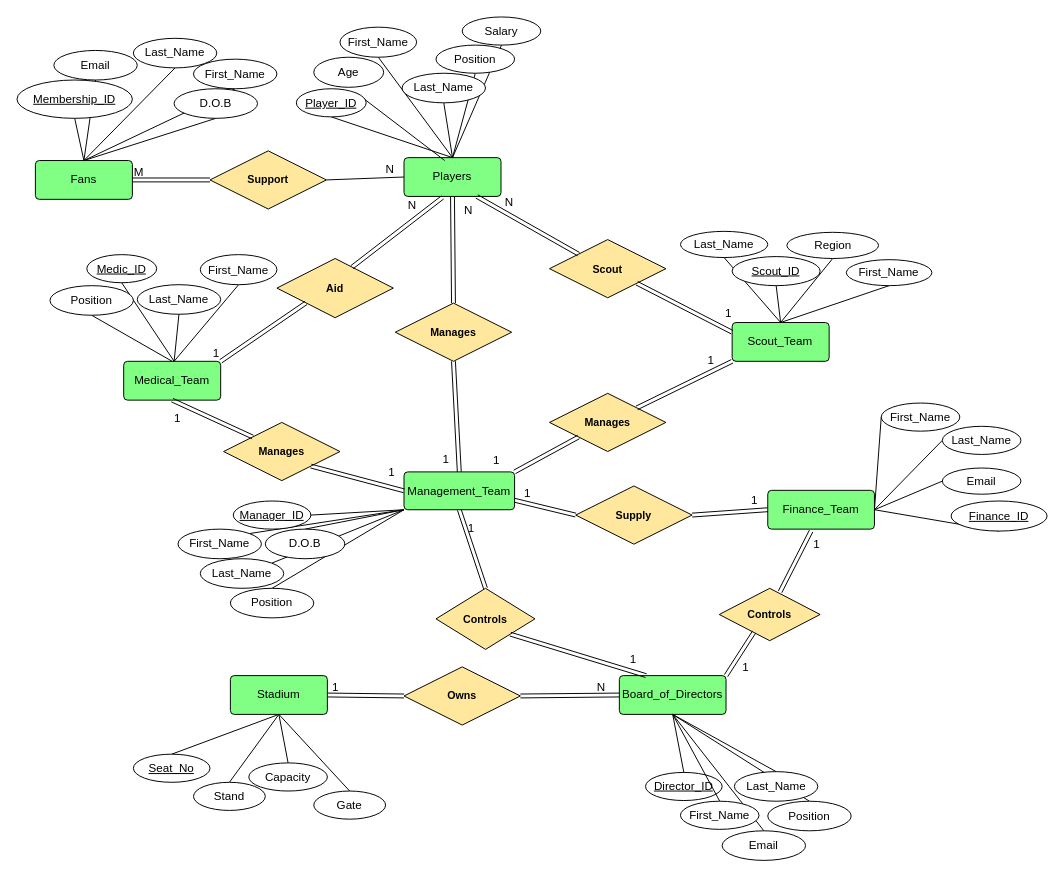
Earlier version of the draw.io diagram page "ERD" (1 of 2) of ERDiagramupdated.drawio (Smithg8/Databases). Source tidied: cells renumbered, new cells numbered last; positions are measured from the earlier drawing's top-left corner, leaving out a move shared by most shapes. Both pictures are drawn from the tidied source at 97%, with x=0, y=0 at pixel (16, 16).
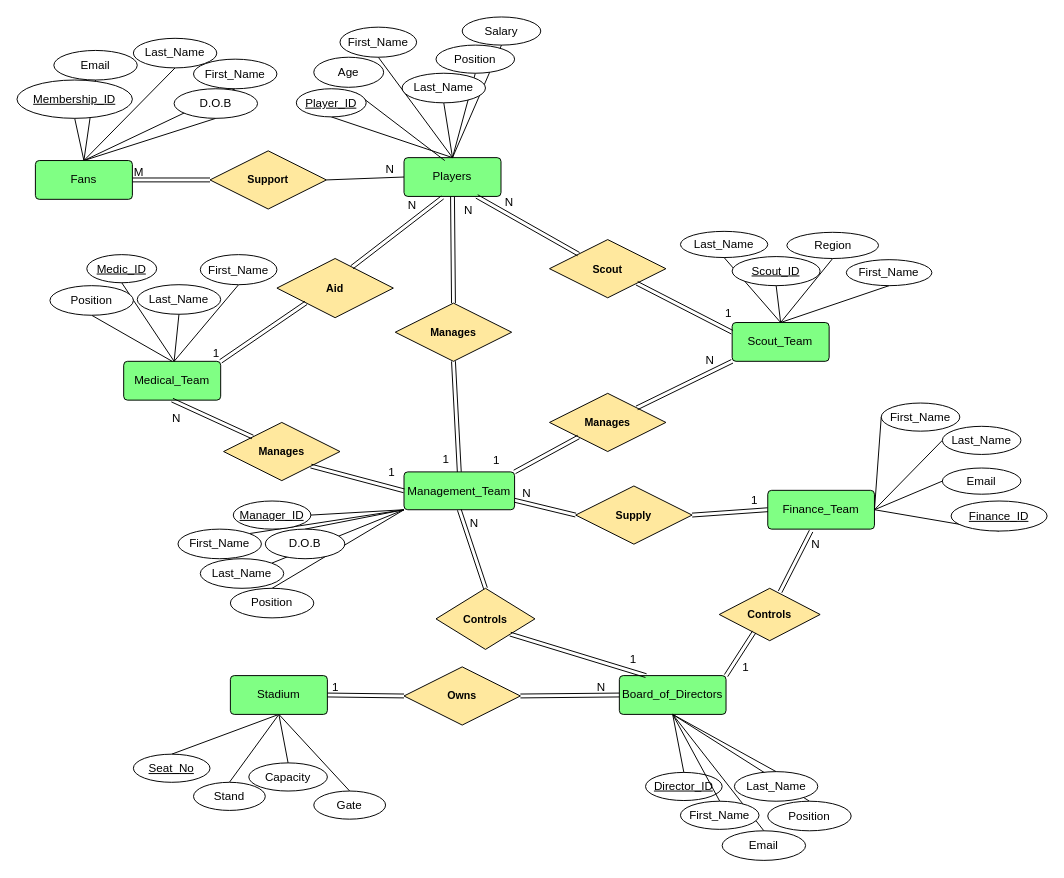
The same page after the edit.

Unchanged cells that the change refers to:
```xml
<mxCell id="106" style="shape=link;html=1;rounded=0;entryX=0.5;entryY=1;entryDx=0;entryDy=0;exitX=0;exitY=0;exitDx=0;exitDy=0;" parent="1" edge="1" source="104" target="31">
  <mxGeometry relative="1" as="geometry" />
</mxCell>
<mxCell id="112" style="shape=link;html=1;rounded=0;entryX=1;entryY=0;entryDx=0;entryDy=0;exitX=0;exitY=1;exitDx=0;exitDy=0;" parent="1" edge="1" source="18" target="105">
  <mxGeometry relative="1" as="geometry" />
</mxCell>
<mxCell id="116" style="shape=link;html=1;rounded=0;exitX=1;exitY=0.75;exitDx=0;exitDy=0;entryX=0;entryY=0.5;entryDx=0;entryDy=0;" parent="1" edge="1" source="4" target="87">
  <mxGeometry relative="1" as="geometry" />
</mxCell>
<mxCell id="120" style="shape=link;html=1;rounded=0;exitX=0.406;exitY=1.05;exitDx=0;exitDy=0;exitPerimeter=0;entryX=0.603;entryY=0.068;entryDx=0;entryDy=0;entryPerimeter=0;" parent="1" edge="1" source="33" target="84">
  <mxGeometry relative="1" as="geometry" />
</mxCell>
<mxCell id="124" style="shape=link;html=1;rounded=0;exitX=0.5;exitY=1;exitDx=0;exitDy=0;entryX=0.5;entryY=0;entryDx=0;entryDy=0;" parent="1" edge="1" source="4" target="83">
  <mxGeometry relative="1" as="geometry" />
</mxCell>
```

What changed in the source:
```diff
@@
-    <mxCell id="107" value="1" style="html=1;whiteSpace=wrap;align=right;verticalAlign=bottom;" parent="106" vertex="1">
+    <mxCell id="107" value="N" style="html=1;whiteSpace=wrap;align=right;verticalAlign=bottom;" parent="106" vertex="1">
       <mxGeometry x="1" relative="1" as="geometry">
         <mxPoint x="10" y="27" as="offset" />
       </mxGeometry>
     </mxCell>
@@
-    <mxCell id="113" value="1" style="html=1;whiteSpace=wrap;align=right;verticalAlign=bottom;" parent="112" vertex="1">
+    <mxCell id="113" value="N" style="html=1;whiteSpace=wrap;align=right;verticalAlign=bottom;" parent="112" vertex="1">
       <mxGeometry x="1" relative="1" as="geometry">
         <mxPoint x="81" y="-41" as="offset" />
       </mxGeometry>
     </mxCell>
@@
-    <mxCell id="117" value="1" style="html=1;whiteSpace=wrap;align=right;verticalAlign=bottom;" parent="116" vertex="1">
+    <mxCell id="117" value="N" style="html=1;whiteSpace=wrap;align=right;verticalAlign=bottom;" parent="116" vertex="1">
       <mxGeometry x="1" relative="1" as="geometry">
         <mxPoint x="-45" y="-15" as="offset" />
       </mxGeometry>
     </mxCell>
@@
-    <mxCell id="121" value="1" style="html=1;whiteSpace=wrap;align=right;verticalAlign=bottom;" parent="120" vertex="1">
+    <mxCell id="121" value="N" style="html=1;whiteSpace=wrap;align=right;verticalAlign=bottom;" parent="120" vertex="1">
       <mxGeometry x="1" relative="1" as="geometry">
         <mxPoint x="42" y="-40" as="offset" />
       </mxGeometry>
     </mxCell>
@@
-    <mxCell id="125" value="1" style="html=1;whiteSpace=wrap;align=right;verticalAlign=bottom;" parent="124" vertex="1">
+    <mxCell id="125" value="N" style="html=1;whiteSpace=wrap;align=right;verticalAlign=bottom;" parent="124" vertex="1">
       <mxGeometry x="1" relative="1" as="geometry">
-        <mxPoint x="-10" y="-54" as="offset" />
+        <mxPoint x="-6" y="-59" as="offset" />
       </mxGeometry>
     </mxCell>
```
